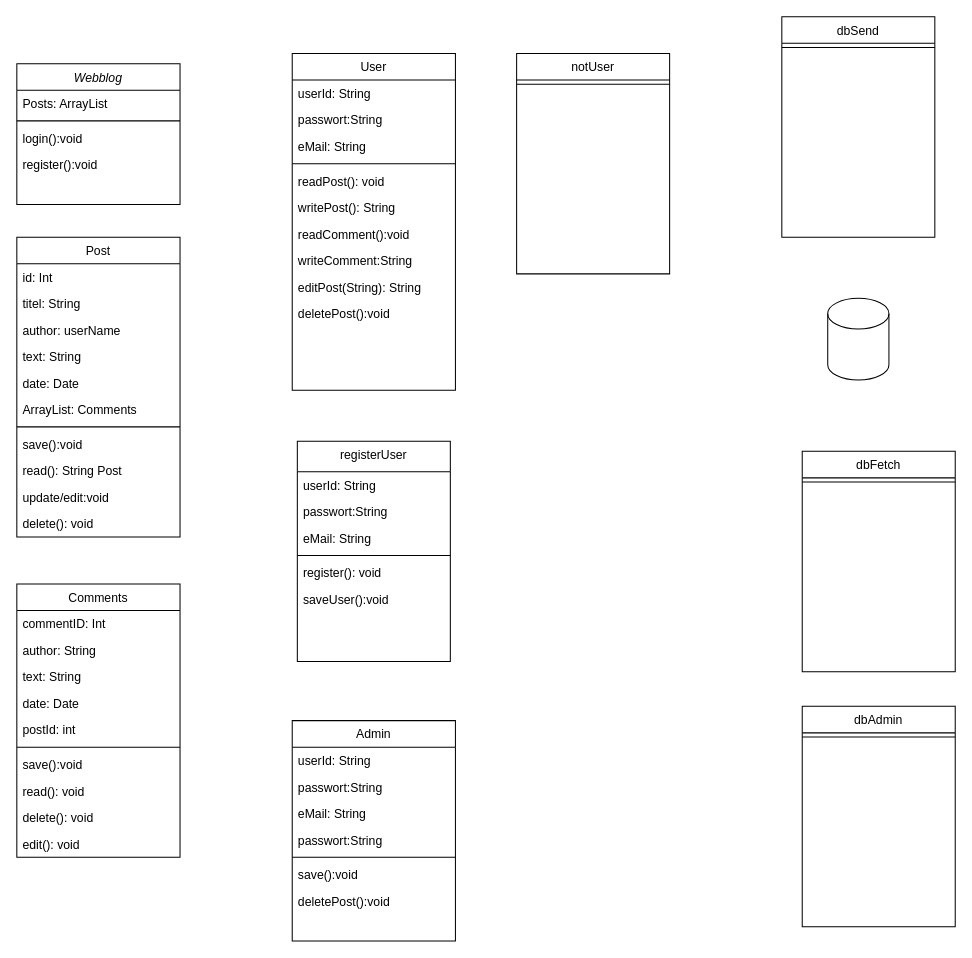
Earlier version of the draw.io diagram Webblog/TeamUnbesiegbar.drawio (Brights-DevOps-2022-Script/Team-Unbesiegbar). Source tidied: cells renumbered, new cells numbered last; positions are measured from the earlier drawing's top-left corner, leaving out a move shared by most shapes. Both pictures are drawn from the tidied source at 102%, with x=0, y=0 at pixel (16, 16).
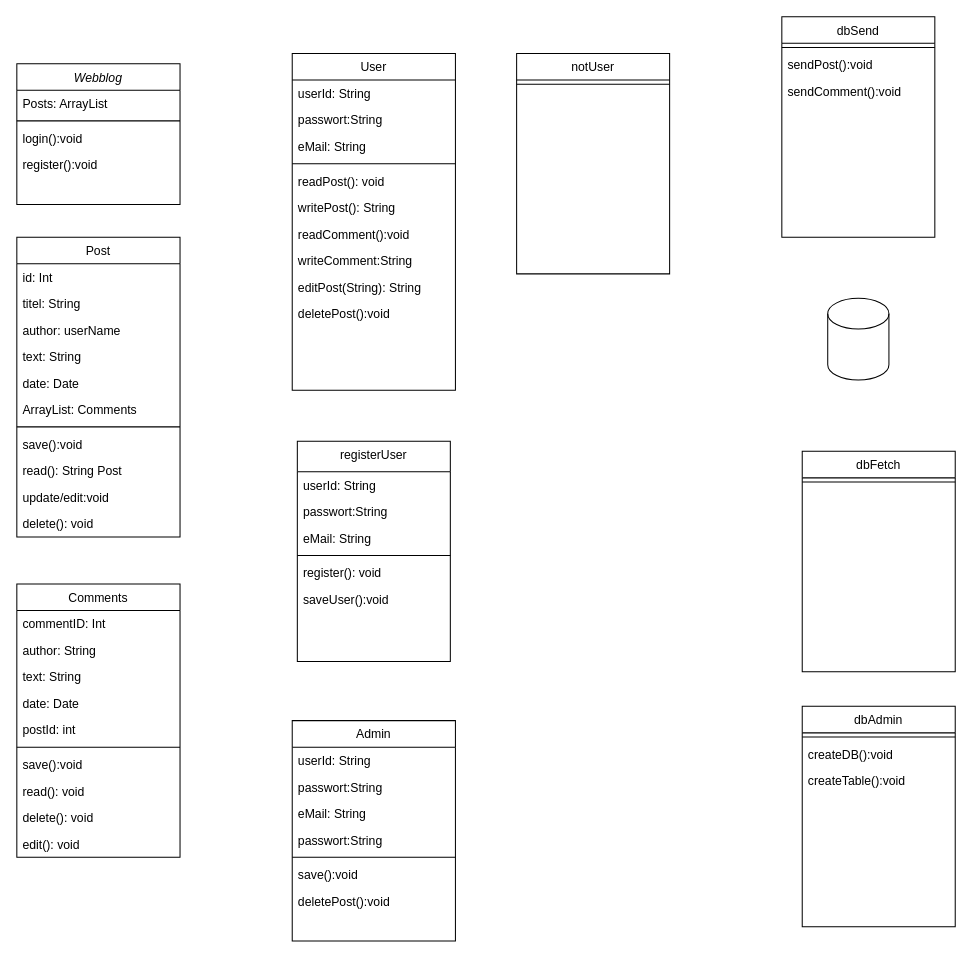
The same page after the edit.

The change refers to these unchanged cells:
```xml
<mxCell id="59" value="dbSend" style="swimlane;fontStyle=0;align=center;verticalAlign=top;horizontal=1;startSize=26;rounded=0;shadow=0;strokeWidth=1;" parent="1" vertex="1">
  <mxGeometry x="750" width="150" height="216" as="geometry" />
</mxCell>
<mxCell id="63" value="dbAdmin&#10;" style="swimlane;fontStyle=0;align=center;verticalAlign=top;horizontal=1;startSize=26;rounded=0;shadow=0;strokeWidth=1;" parent="1" vertex="1">
  <mxGeometry x="770" y="676" width="150" height="216" as="geometry" />
</mxCell>
```

Diff of the diagram source:
```diff
@@
+    <mxCell id="65" value="sendPost():void" style="text;align=left;verticalAlign=top;spacingLeft=4;spacingRight=4;overflow=hidden;rounded=0;shadow=0;html=0;" parent="59" vertex="1">
+      <mxGeometry y="34" width="150" height="26" as="geometry" />
+    </mxCell>
+    <mxCell id="66" value="sendComment():void" style="text;align=left;verticalAlign=top;spacingLeft=4;spacingRight=4;overflow=hidden;rounded=0;shadow=0;html=0;" parent="59" vertex="1">
+      <mxGeometry y="60" width="150" height="26" as="geometry" />
+    </mxCell>
@@
+    <mxCell id="67" value="createDB():void" style="text;align=left;verticalAlign=top;spacingLeft=4;spacingRight=4;overflow=hidden;rounded=0;shadow=0;html=0;" parent="63" vertex="1">
+      <mxGeometry y="34" width="150" height="26" as="geometry" />
+    </mxCell>
+    <mxCell id="68" value="createTable():void" style="text;align=left;verticalAlign=top;spacingLeft=4;spacingRight=4;overflow=hidden;rounded=0;shadow=0;html=0;" parent="63" vertex="1">
+      <mxGeometry y="60" width="150" height="26" as="geometry" />
+    </mxCell>
```
